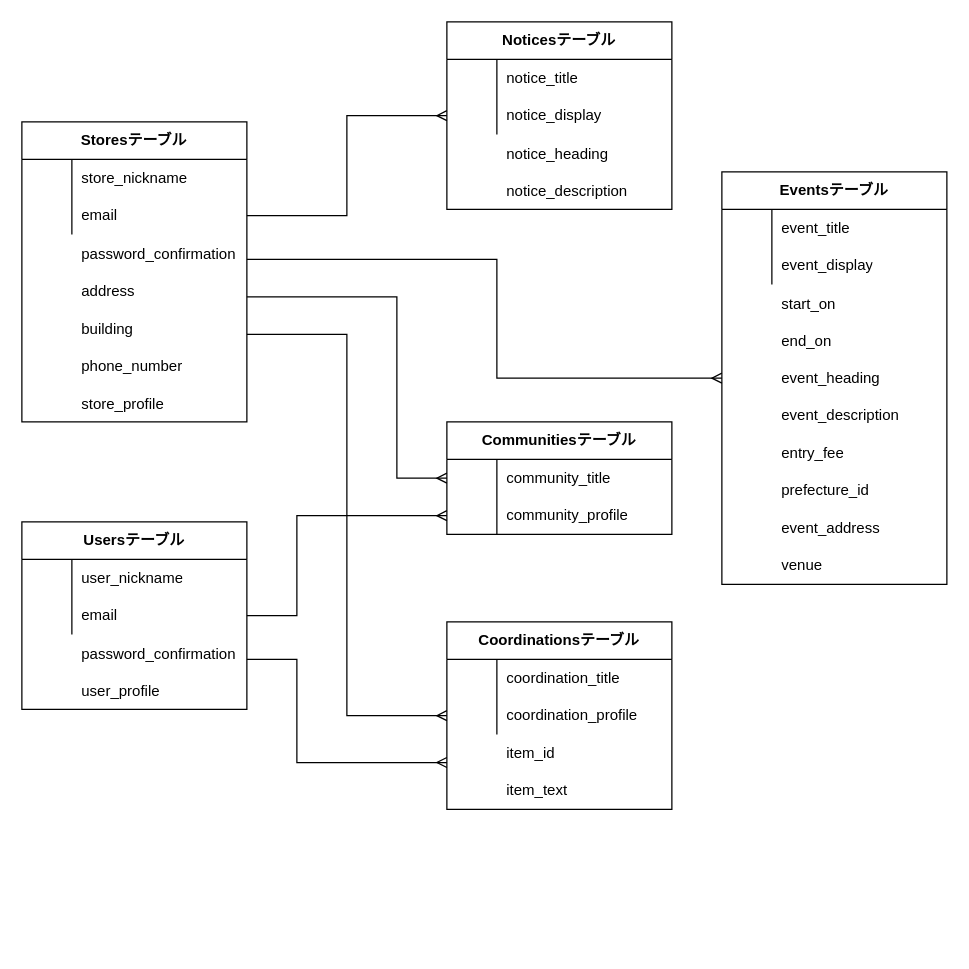
The draw.io diagram furugispace.dio in yuto730/furugispace, before the edit. Source tidied: cells renumbered, new cells numbered last; positions are measured from the earlier drawing's top-left corner, leaving out a move shared by most shapes. Both pictures are drawn from the tidied source at 125%, with x=0, y=0 at pixel (21, 21).
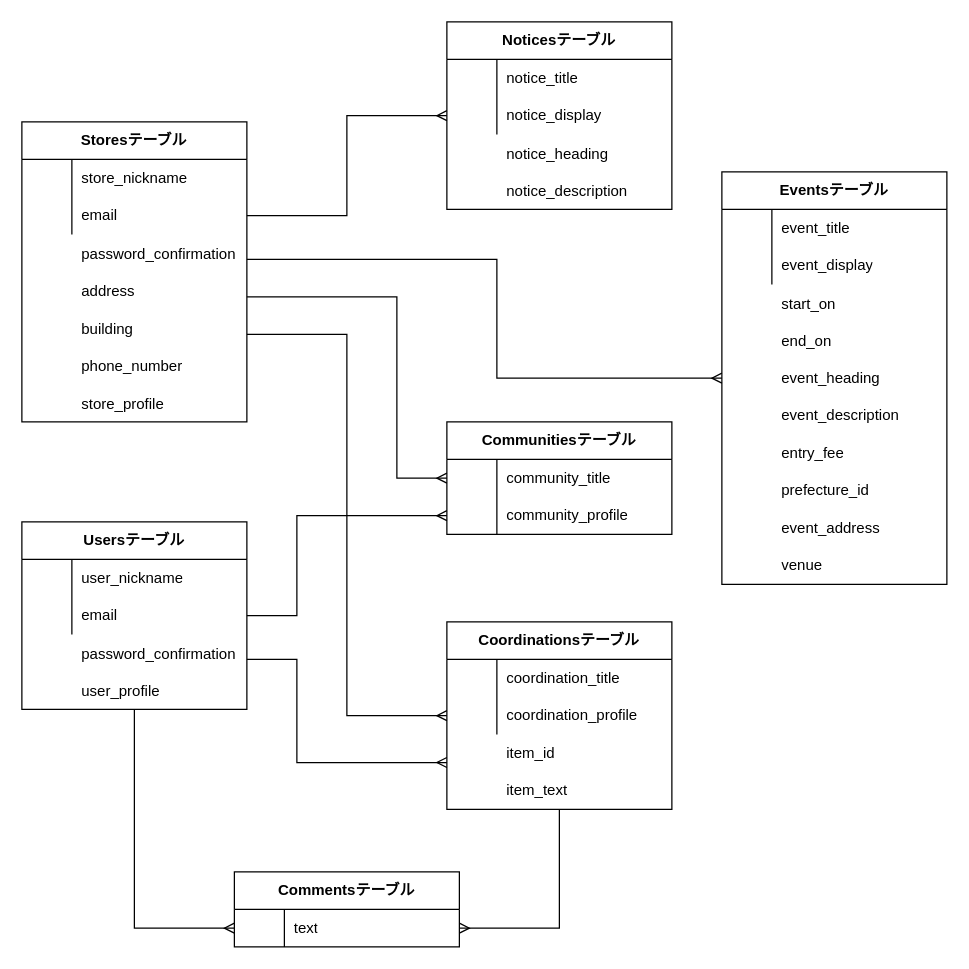
Above is the later version.

The edit, as a diff of the source:
```diff
@@
+    <mxCell id="69" value="Commentsテーブル" style="shape=table;html=1;whiteSpace=wrap;startSize=30;childLayout=tableLayout;rowLines=0;fontStyle=1;align=center;" parent="1" vertex="1">
+      <mxGeometry x="170" y="680" width="180" height="60" as="geometry" />
+    </mxCell>
+    <mxCell id="70" style="shape=partialRectangle;html=1;whiteSpace=wrap;fillColor=none;top=0;left=0;bottom=0;right=0;points=[[0,0.5],[1,0.5]];portConstraint=eastwest;" parent="69" vertex="1">
+      <mxGeometry y="30" width="180" height="30" as="geometry" />
+    </mxCell>
+    <mxCell id="71" style="shape=partialRectangle;html=1;whiteSpace=wrap;fillColor=none;top=0;left=0;bottom=0;right=0;overflow=hidden;" parent="70" vertex="1">
+      <mxGeometry width="40" height="30" as="geometry" />
+    </mxCell>
+    <mxCell id="72" value="text" style="shape=partialRectangle;html=1;whiteSpace=wrap;fillColor=none;top=0;left=0;bottom=0;right=0;align=left;spacingLeft=6;overflow=hidden;" parent="70" vertex="1">
+      <mxGeometry x="40" width="140" height="30" as="geometry" />
+    </mxCell>
+    <mxCell id="73" style="edgeStyle=orthogonalEdgeStyle;rounded=0;jettySize=auto;html=1;endArrow=ERmany;endFill=0;startArrow=none;startFill=0;entryX=1;entryY=0.5;entryDx=0;entryDy=0;" parent="1" edge="1" target="70">
+      <mxGeometry relative="1" as="geometry">
+        <mxPoint x="430" y="630" as="sourcePoint" />
+        <Array as="points">
+          <mxPoint x="430" y="725" />
+        </Array>
+      </mxGeometry>
+    </mxCell>
+    <mxCell id="74" style="edgeStyle=orthogonalEdgeStyle;rounded=0;jettySize=auto;html=1;endArrow=ERmany;endFill=0;startArrow=none;startFill=0;entryX=0;entryY=0.5;entryDx=0;entryDy=0;" parent="1" edge="1" target="70">
+      <mxGeometry relative="1" as="geometry">
+        <mxPoint x="90" y="550" as="sourcePoint" />
+        <Array as="points">
+          <mxPoint x="90" y="725" />
+        </Array>
+      </mxGeometry>
+    </mxCell>
```
